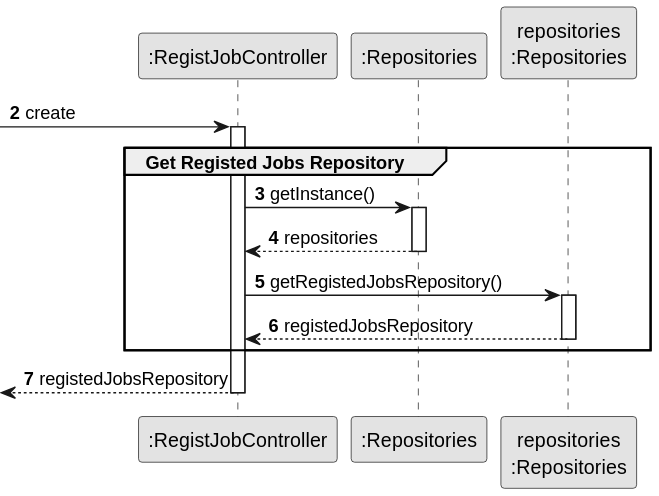
1231360-ISEP/lei-24-s2-1db-g021 keeps this PlantUML diagram as docs/sprint2/us002/03.design/svg/us002-sequence-diagram-partial-get-registed-jobs-repository.svg. Above is the earlier version. Its diagram source:
```plantuml
@startuml
skinparam monochrome true
skinparam packageStyle rectangle
skinparam shadowing false

participant ":RegistJobController" as CTRL
participant ":Repositories" as RepositorySingleton
participant "repositories\n:Repositories" as PLAT

autonumber 2

 -> CTRL : create
activate CTRL
    group Get Registed Jobs Repository

            CTRL -> RepositorySingleton : getInstance()
            activate RepositorySingleton

                RepositorySingleton --> CTRL: repositories
            deactivate RepositorySingleton

            CTRL -> PLAT : getRegistedJobsRepository()
            activate PLAT

                PLAT --> CTRL: registedJobsRepository
            deactivate PLAT

    end
    <-- CTRL : registedJobsRepository
deactivate CTRL
@enduml
```
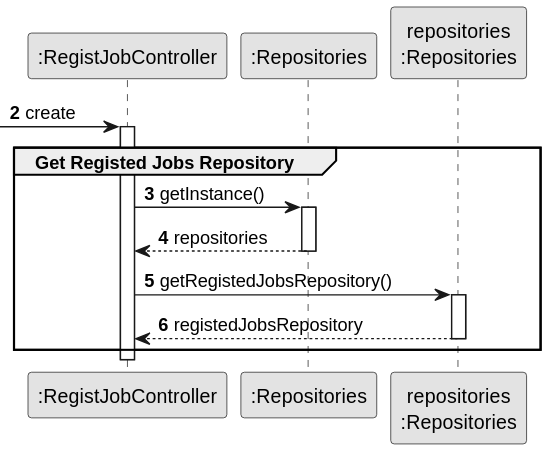
Above is the later version.

What changed in the source:
```diff
@@ -26,6 +26,6 @@
             deactivate PLAT
 
     end
-    <-- CTRL : registedJobsRepository
+
 deactivate CTRL
 @enduml
```
